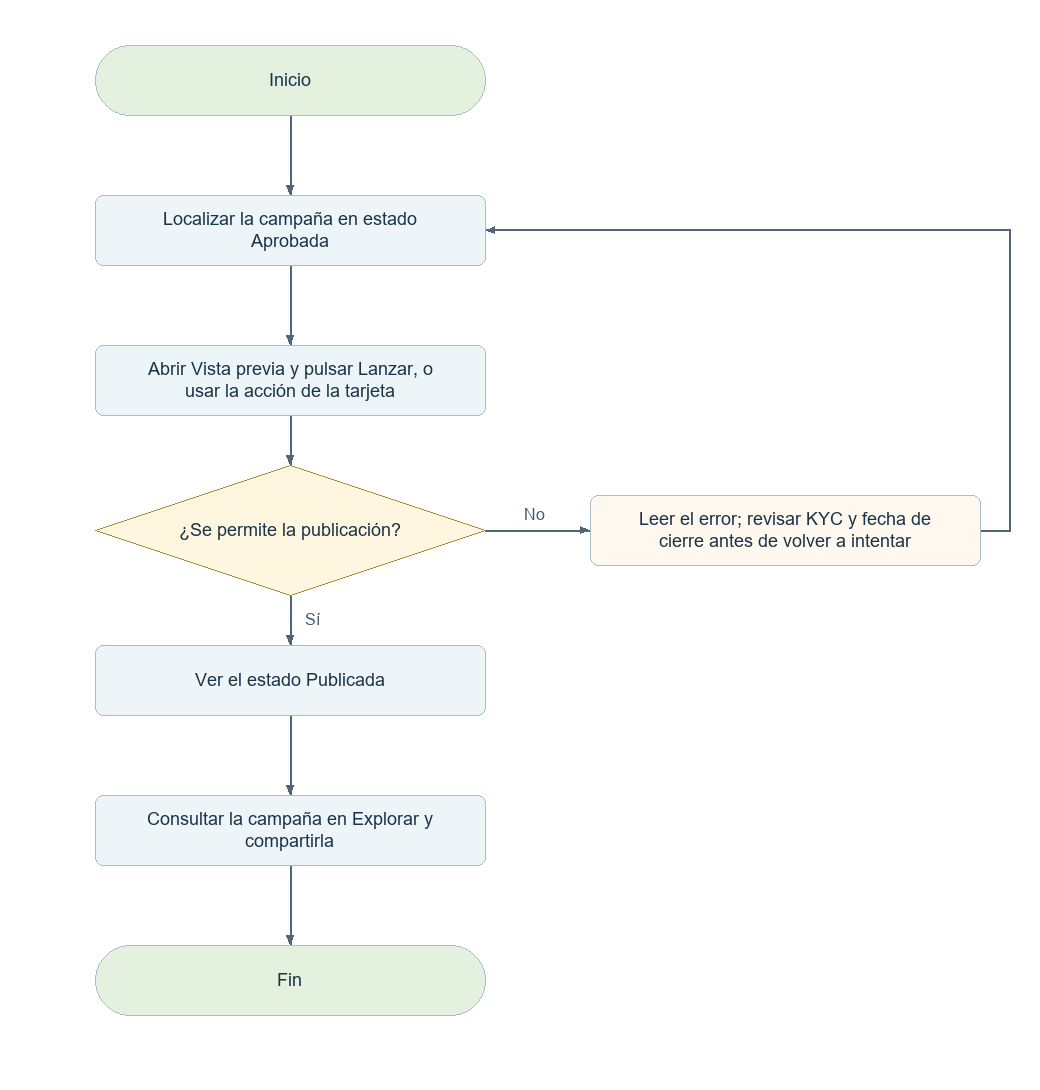
Before: docs/diagramas-web/png/E05.png, a diagram exported from Mermaid (elingeyesdev/t3-crowdfunding-inversion). Its source is kept beside it as docs/diagramas-web/mermaid/E05.mmd.
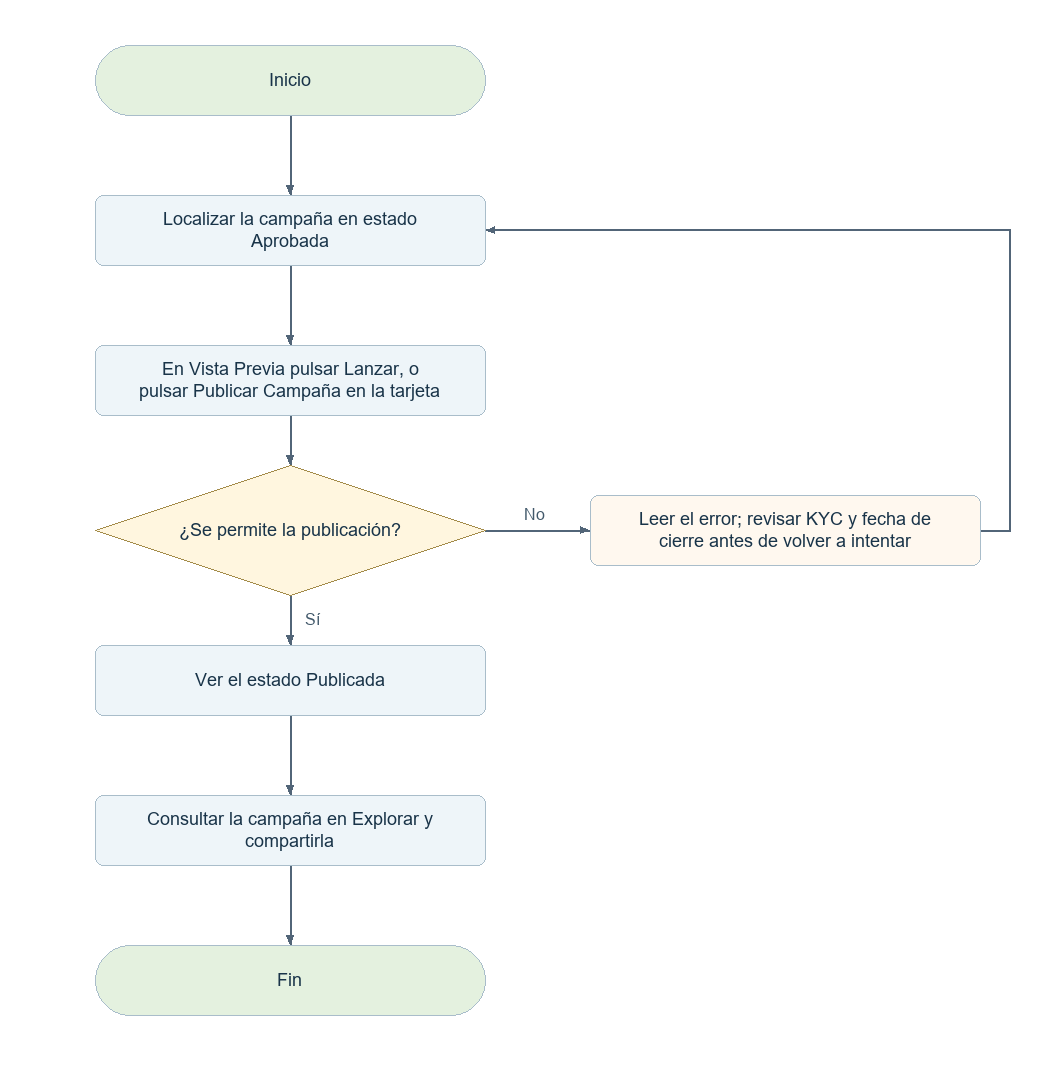
After the commit.

The edit, as a diff of the source:
```diff
@@ -3,7 +3,7 @@
   N0 --> N1
   N1["Localizar la campaña en estado Aprobada"]
   N1 --> N2
-  N2["Abrir Vista previa y pulsar Lanzar, o usar la acción de la tarjeta"]
+  N2["En Vista Previa pulsar Lanzar, o pulsar Publicar Campaña en la tarjeta"]
   N2 --> N3
   N3{"¿Se permite la publicación?"}
   N3 -->|"Sí"| N4
```
